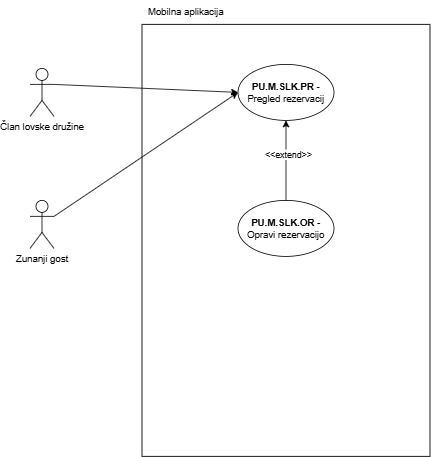
This is Skrbnistvo lovskih koc-Mobilna aplikacija.drawio.png from ErnestISv/Lovstvo, a draw.io export, as it was before one commit. Source tidied: cells renumbered, new cells last; positions are measured from the earlier drawing's top-left corner, leaving out a move shared by most shapes.
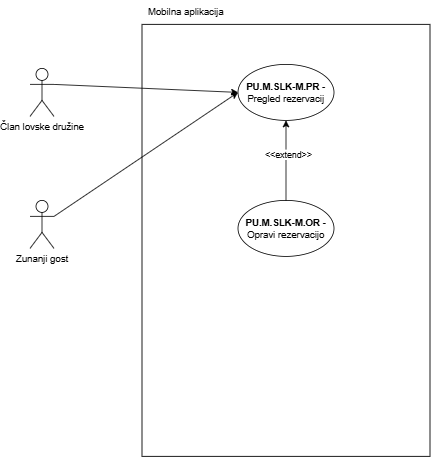
Above is the later version.

What changed in the source:
```diff
@@ -5,10 +5,10 @@
     <mxCell id="2" style="rounded=0;whiteSpace=wrap;html=1;" parent="1" vertex="1">
       <mxGeometry x="140" y="30" width="360" height="540" as="geometry" />
     </mxCell>
-    <mxCell id="3" value="&lt;b&gt;PU.M.SLK.PR -&lt;/b&gt; Pregled rezervacij" style="ellipse;whiteSpace=wrap;html=1;" parent="1" vertex="1">
+    <mxCell id="3" value="&lt;b&gt;PU.M.SLK-M.PR -&lt;/b&gt; Pregled rezervacij" style="ellipse;whiteSpace=wrap;html=1;" parent="1" vertex="1">
       <mxGeometry x="260" y="80" width="120" height="70" as="geometry" />
     </mxCell>
-    <mxCell id="4" value="&lt;b&gt;PU.M.SLK.OR -&lt;/b&gt; Opravi rezervacijo" style="ellipse;whiteSpace=wrap;html=1;" parent="1" vertex="1">
+    <mxCell id="4" value="&lt;b&gt;PU.M.SLK-M.&lt;/b&gt;&lt;b&gt;OR -&lt;/b&gt; Opravi rezervacijo" style="ellipse;whiteSpace=wrap;html=1;" parent="1" vertex="1">
       <mxGeometry x="260" y="250" width="120" height="70" as="geometry" />
     </mxCell>
     <mxCell id="5" value="Mobilna aplikacija" style="text;html=1;align=center;verticalAlign=middle;whiteSpace=wrap;rounded=0;" parent="1" vertex="1">
```
